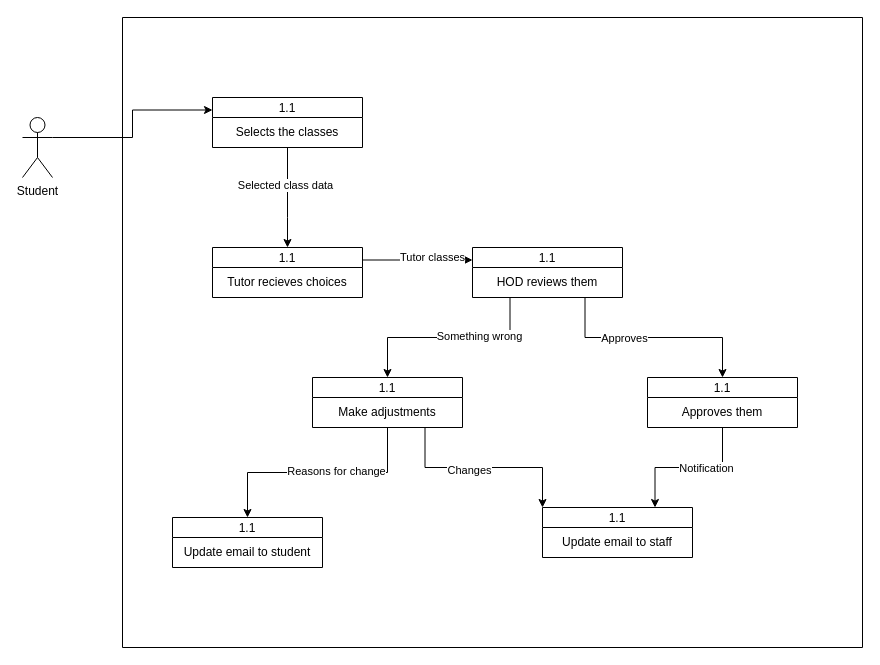
Earlier version of the draw.io diagram dfdsa.drawio.xml (WillTheDeveloper/drawio). Source tidied: cells renumbered, new cells numbered last; positions are measured from the earlier drawing's top-left corner, leaving out a move shared by most shapes. Both pictures are drawn from the tidied source at 100%, with x=0, y=0 at pixel (22, 17).
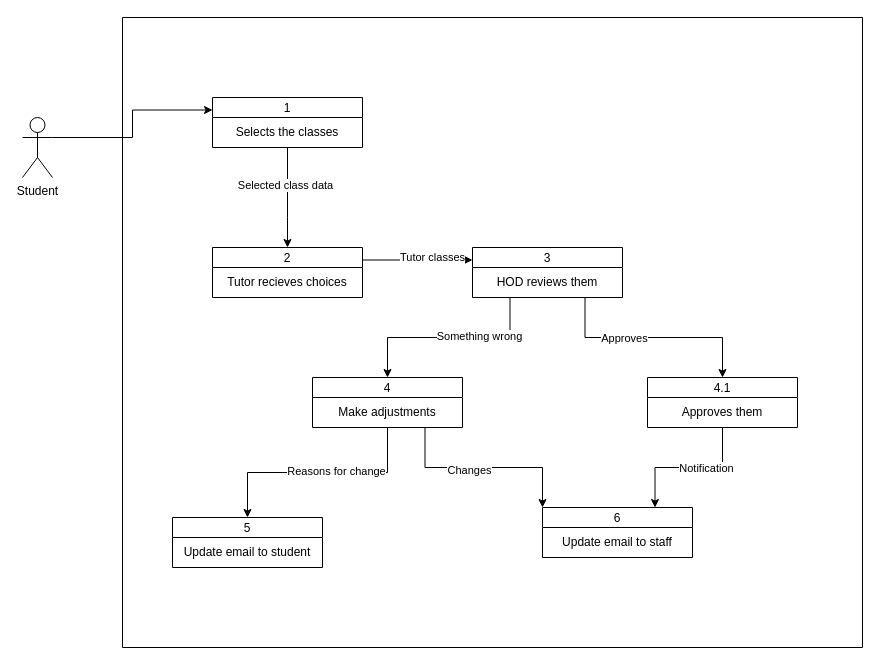
The same diagram, later.

The change refers to these unchanged cells:
```xml
<mxCell id="22" style="swimlane;startSize=0;" parent="1" vertex="1">
  <mxGeometry x="100" width="740" height="630" as="geometry" />
</mxCell>
```

Diff of the diagram source:
```diff
@@
-    <mxCell id="4" value="1.1" style="swimlane;fontStyle=0;horizontal=1;startSize=20;fillColor=#ffffff;swimlaneFillColor=#ffffff;" parent="1" vertex="1">
+    <mxCell id="4" value="1" style="swimlane;fontStyle=0;horizontal=1;startSize=20;fillColor=#ffffff;swimlaneFillColor=#ffffff;" parent="1" vertex="1">
       <mxGeometry x="190" y="80" width="150" height="50" as="geometry" />
     </mxCell>
@@
-    <mxCell id="8" value="1.1" style="swimlane;fontStyle=0;horizontal=1;startSize=20;fillColor=#ffffff;swimlaneFillColor=#ffffff;" parent="1" vertex="1">
+    <mxCell id="8" value="2" style="swimlane;fontStyle=0;horizontal=1;startSize=20;fillColor=#ffffff;swimlaneFillColor=#ffffff;" parent="1" vertex="1">
       <mxGeometry x="190" y="230" width="150" height="50" as="geometry" />
     </mxCell>
@@
-    <mxCell id="10" value="1.1" style="swimlane;fontStyle=0;horizontal=1;startSize=20;fillColor=#ffffff;swimlaneFillColor=#ffffff;" parent="1" vertex="1">
+    <mxCell id="10" value="3" style="swimlane;fontStyle=0;horizontal=1;startSize=20;fillColor=#ffffff;swimlaneFillColor=#ffffff;" parent="1" vertex="1">
       <mxGeometry x="450" y="230" width="150" height="50" as="geometry" />
     </mxCell>
@@
-    <mxCell id="12" value="1.1" style="swimlane;fontStyle=0;horizontal=1;startSize=20;fillColor=#ffffff;swimlaneFillColor=#ffffff;" parent="1" vertex="1">
+    <mxCell id="12" value="4" style="swimlane;fontStyle=0;horizontal=1;startSize=20;fillColor=#ffffff;swimlaneFillColor=#ffffff;" parent="1" vertex="1">
       <mxGeometry x="290" y="360" width="150" height="50" as="geometry" />
     </mxCell>
@@
-    <mxCell id="16" value="1.1" style="swimlane;fontStyle=0;horizontal=1;startSize=20;fillColor=#ffffff;swimlaneFillColor=#ffffff;" parent="1" vertex="1">
+    <mxCell id="16" value="4.1" style="swimlane;fontStyle=0;horizontal=1;startSize=20;fillColor=#ffffff;swimlaneFillColor=#ffffff;" parent="1" vertex="1">
       <mxGeometry x="625" y="360" width="150" height="50" as="geometry" />
     </mxCell>
@@
-    <mxCell id="23" value="1.1" style="swimlane;fontStyle=0;horizontal=1;startSize=20;fillColor=#ffffff;swimlaneFillColor=#ffffff;" parent="22" vertex="1">
+    <mxCell id="23" value="5" style="swimlane;fontStyle=0;horizontal=1;startSize=20;fillColor=#ffffff;swimlaneFillColor=#ffffff;" parent="22" vertex="1">
       <mxGeometry x="50" y="500" width="150" height="50" as="geometry" />
     </mxCell>
@@
-    <mxCell id="25" value="1.1" style="swimlane;fontStyle=0;horizontal=1;startSize=20;fillColor=#ffffff;swimlaneFillColor=#ffffff;" parent="22" vertex="1">
+    <mxCell id="25" value="6" style="swimlane;fontStyle=0;horizontal=1;startSize=20;fillColor=#ffffff;swimlaneFillColor=#ffffff;" parent="22" vertex="1">
       <mxGeometry x="420" y="490" width="150" height="50" as="geometry" />
     </mxCell>
```
